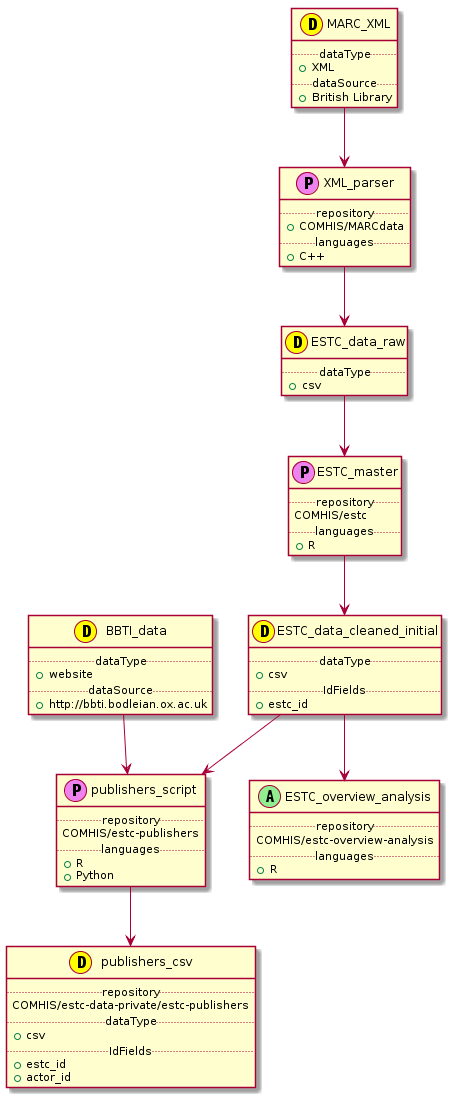
Earlier version of the PlantUML export dependencies/dependencies.png (COMHIS/estc-workflow).
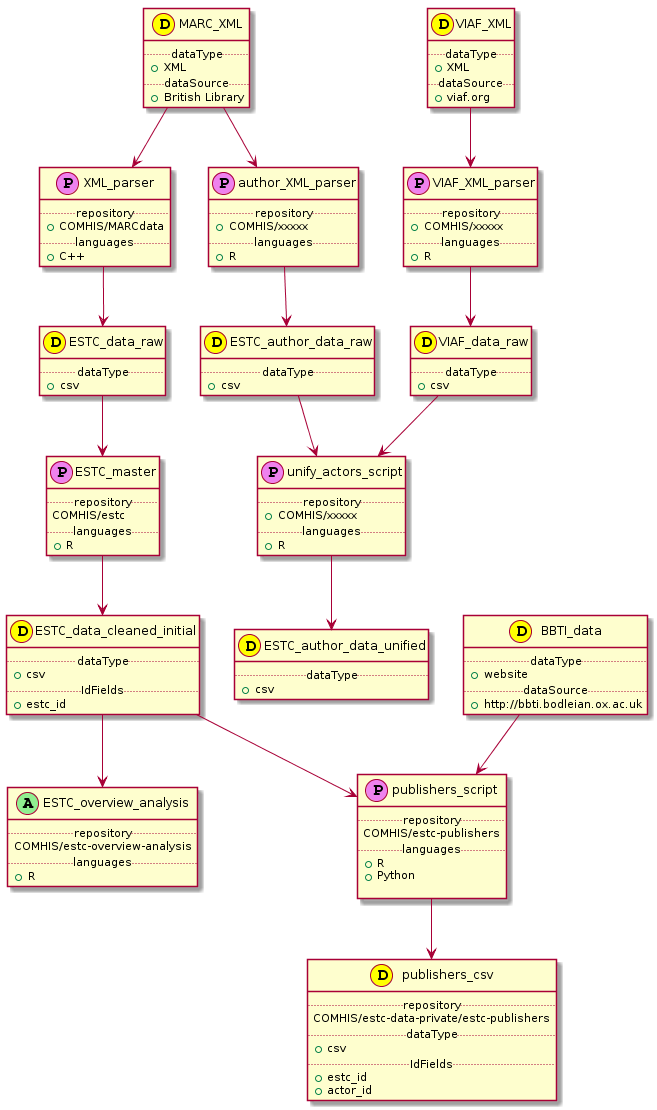
Above is the later version.

Commit message:
Updating dependency readme with Mark's stuff and adding new workflow flow chart code and image

Diff of the diagram source:
```diff
@@ -61,6 +61,58 @@
 }
 
 
+class VIAF_XML << (D,yellow) >> {
+    .. dataType ..
+    + XML
+    .. dataSource ..
+    + viaf.org
+}
+
+class VIAF_XML_parser << (P,violet) >> {
+    .. repository ..
+    + COMHIS/xxxxx
+    .. languages ..
+    + R
+}
+
+class VIAF_data_raw << (D,yellow) >> {
+    .. dataType ..
+    + csv
+}
+
+class author_XML_parser << (P,violet) >> {
+    .. repository ..
+    + COMHIS/xxxxx
+    .. languages ..
+    + R
+}
+
+class ESTC_author_data_raw << (D,yellow) >> {
+    .. dataType ..
+    + csv
+}
+
+class unify_actors_script << (P,violet) >> {
+    .. repository ..
+    + COMHIS/xxxxx
+    .. languages ..
+    + R
+}
+
+class ESTC_author_data_unified << (D,yellow) >> {
+    .. dataType ..
+    + csv
+}
+
+VIAF_XML --> VIAF_XML_parser
+VIAF_XML_parser --> VIAF_data_raw
+MARC_XML --> author_XML_parser
+author_XML_parser --> ESTC_author_data_raw
+ESTC_author_data_raw --> unify_actors_script
+VIAF_data_raw --> unify_actors_script
+unify_actors_script --> ESTC_author_data_unified
+
+
 MARC_XML --> XML_parser
 XML_parser --> ESTC_data_raw
 
```
